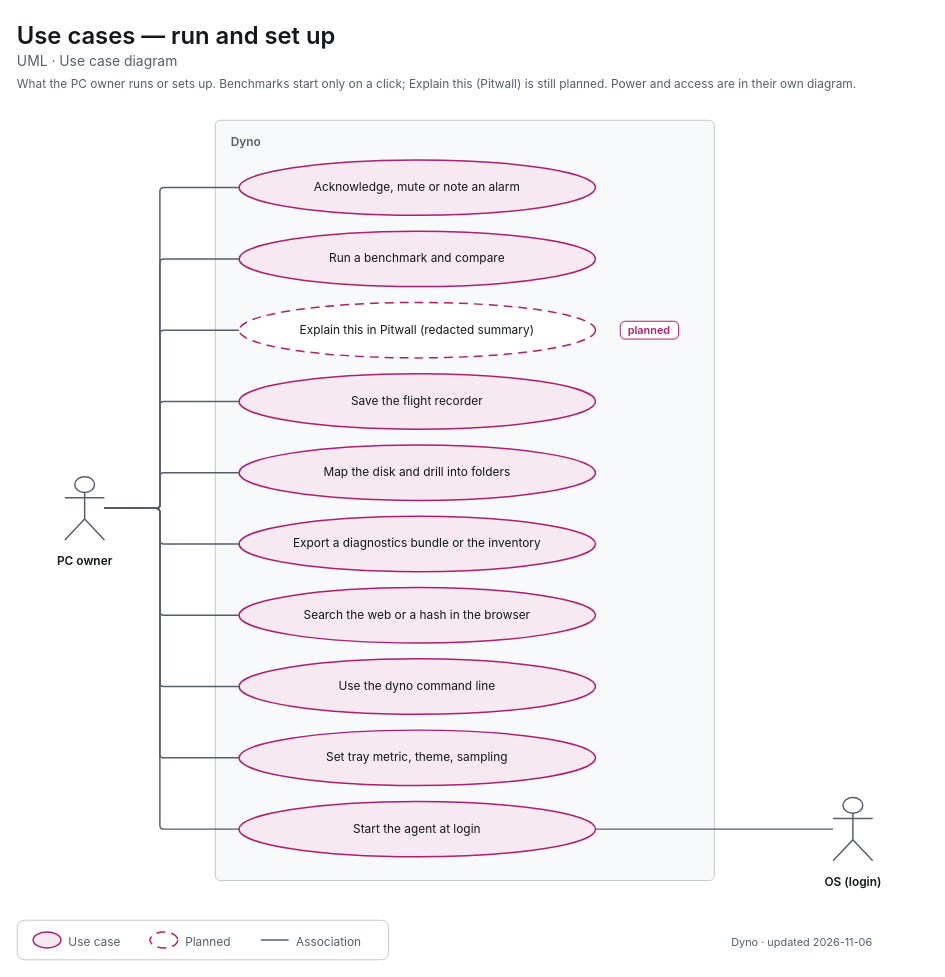
This is apps/dyno/diagrams/uml-use-cases-setup.drawio from decryp7/paddock, a draw.io file, before an edit. Source tidied: cells renumbered, new cells numbered last; positions are measured from the earlier drawing's top-left corner, leaving out a move shared by most shapes. Both pictures are drawn from the tidied source at 99%, with x=0, y=0 at pixel (17, 17).
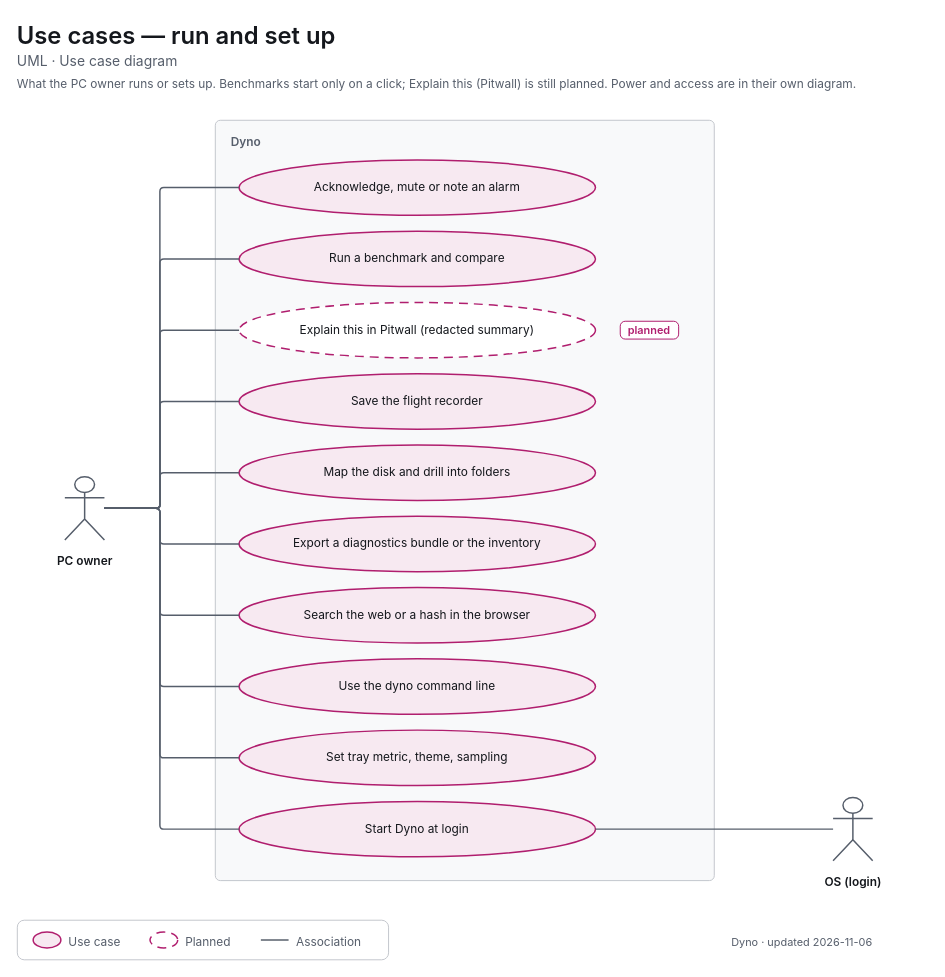
Above is the later version.

Commit message (it also covers changes not shown here):
docs(dyno): runnable 1.0.0 offer check, snooze, 168h and helper wording in the check list

Diff of the diagram source:
```diff
@@
-    <mxCell id="16" value="&lt;span style=&quot;font-size:12px&quot;&gt;Start the agent at login&lt;/span&gt;" style="html=1;whiteSpace=wrap;fontFamily=-apple-system,BlinkMacSystemFont,Segoe UI,system-ui,sans-serif;fontSize=12;fontColor=light-dark(#14171C,#ECEEF1);ellipse;strokeWidth=1.5;strokeColor=light-dark(#B01E6E,#F063A8);fillColor=light-dark(#F7E9F1,#382332);align=center;verticalAlign=middle;spacingLeft=28;spacingRight=28;" parent="1" vertex="1">
+    <mxCell id="16" value="&lt;span style=&quot;font-size:12px&quot;&gt;Start Dyno at login&lt;/span&gt;" style="html=1;whiteSpace=wrap;fontFamily=-apple-system,BlinkMacSystemFont,Segoe UI,system-ui,sans-serif;fontSize=12;fontColor=light-dark(#14171C,#ECEEF1);ellipse;strokeWidth=1.5;strokeColor=light-dark(#B01E6E,#F063A8);fillColor=light-dark(#F7E9F1,#382332);align=center;verticalAlign=middle;spacingLeft=28;spacingRight=28;" parent="1" vertex="1">
       <mxGeometry x="224" y="792" width="360" height="56" as="geometry" />
     </mxCell>
```
